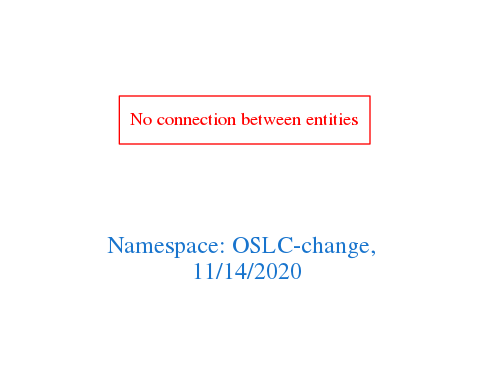
Earlier version of the Graphviz export downloads/OSLC-change.png (arago/OGIT). Its source is kept beside it as downloads/OSLC-change.dot.
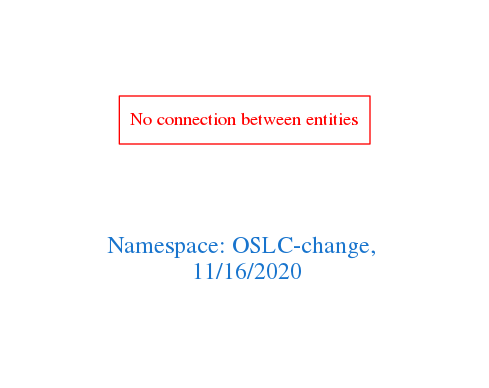
After the commit.

Diff of the diagram source:
```diff
@@ -1,7 +1,7 @@
 digraph OGIT_ontology {
  graph [ rankdir= LR,pad=1
 fontsize = 18,
-fontcolor= dodgerblue3,label = "\n\n\nNamespace: OSLC-change, \n 11/14/2020"];
+fontcolor= dodgerblue3,label = "\n\n\nNamespace: OSLC-change, \n 11/16/2020"];
 node[shape=polygon];
 edge [  color="gray81"];
 
```
